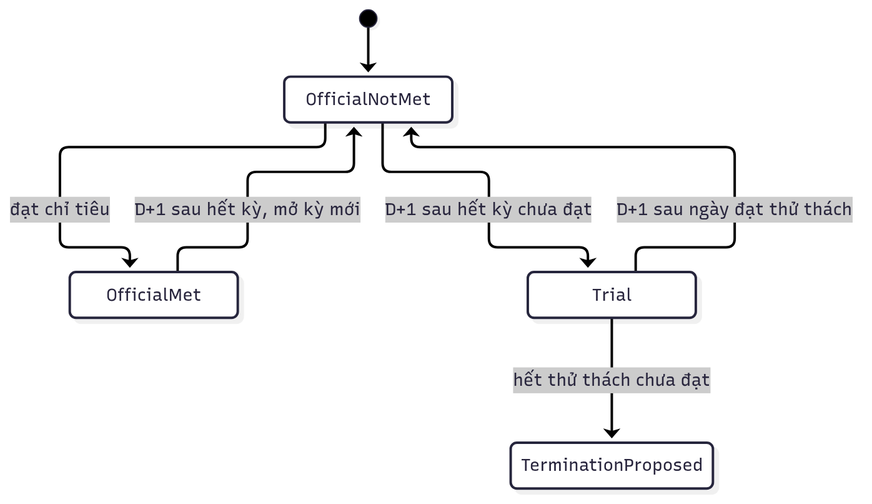
Before: cobroker/diagrams/cobroker-10.png, a diagram exported from Mermaid (huynv-xyz/vhm-tdd). Its source is kept beside it as cobroker/diagrams/cobroker-10.mmd. Source of this version:
```mermaid
stateDiagram-v2
    [*] --> OfficialNotMet
    OfficialNotMet --> OfficialMet: đạt chỉ tiêu
    OfficialMet --> OfficialNotMet: D+1 sau hết kỳ, mở kỳ mới
    OfficialNotMet --> Trial: D+1 sau hết kỳ chưa đạt
    Trial --> OfficialNotMet: D+1 sau ngày đạt thử thách
    Trial --> TerminationProposed: hết thử thách chưa đạt
```
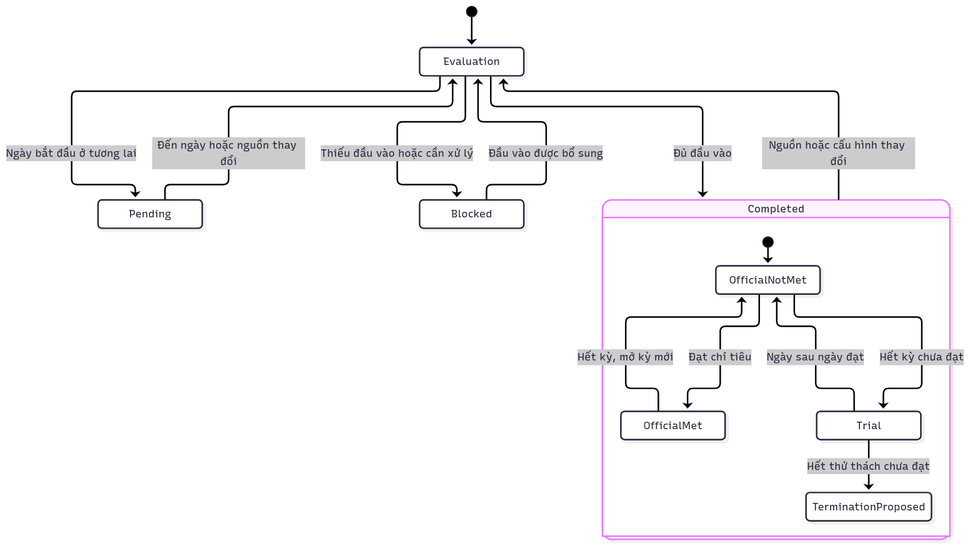
Later version of the same file.

Diff of the diagram source:
```diff
@@ -1,7 +1,17 @@
 stateDiagram-v2
-    [*] --> OfficialNotMet
-    OfficialNotMet --> OfficialMet: đạt chỉ tiêu
-    OfficialMet --> OfficialNotMet: D+1 sau hết kỳ, mở kỳ mới
-    OfficialNotMet --> Trial: D+1 sau hết kỳ chưa đạt
-    Trial --> OfficialNotMet: D+1 sau ngày đạt thử thách
-    Trial --> TerminationProposed: hết thử thách chưa đạt
+    [*] --> Evaluation
+    state Evaluation <<choice>>
+    Evaluation --> Pending: Ngày bắt đầu ở tương lai
+    Evaluation --> Blocked: Thiếu đầu vào hoặc cần xử lý
+    Evaluation --> Completed: Đủ đầu vào
+    Pending --> Evaluation: Đến ngày hoặc nguồn thay đổi
+    Blocked --> Evaluation: Đầu vào được bổ sung
+    Completed --> Evaluation: Nguồn hoặc cấu hình thay đổi
+    state Completed {
+        [*] --> OfficialNotMet
+        OfficialNotMet --> OfficialMet: Đạt chỉ tiêu
+        OfficialMet --> OfficialNotMet: Hết kỳ, mở kỳ mới
+        OfficialNotMet --> Trial: Hết kỳ chưa đạt
+        Trial --> OfficialNotMet: Ngày sau ngày đạt
+        Trial --> TerminationProposed: Hết thử thách chưa đạt
+    }
```
